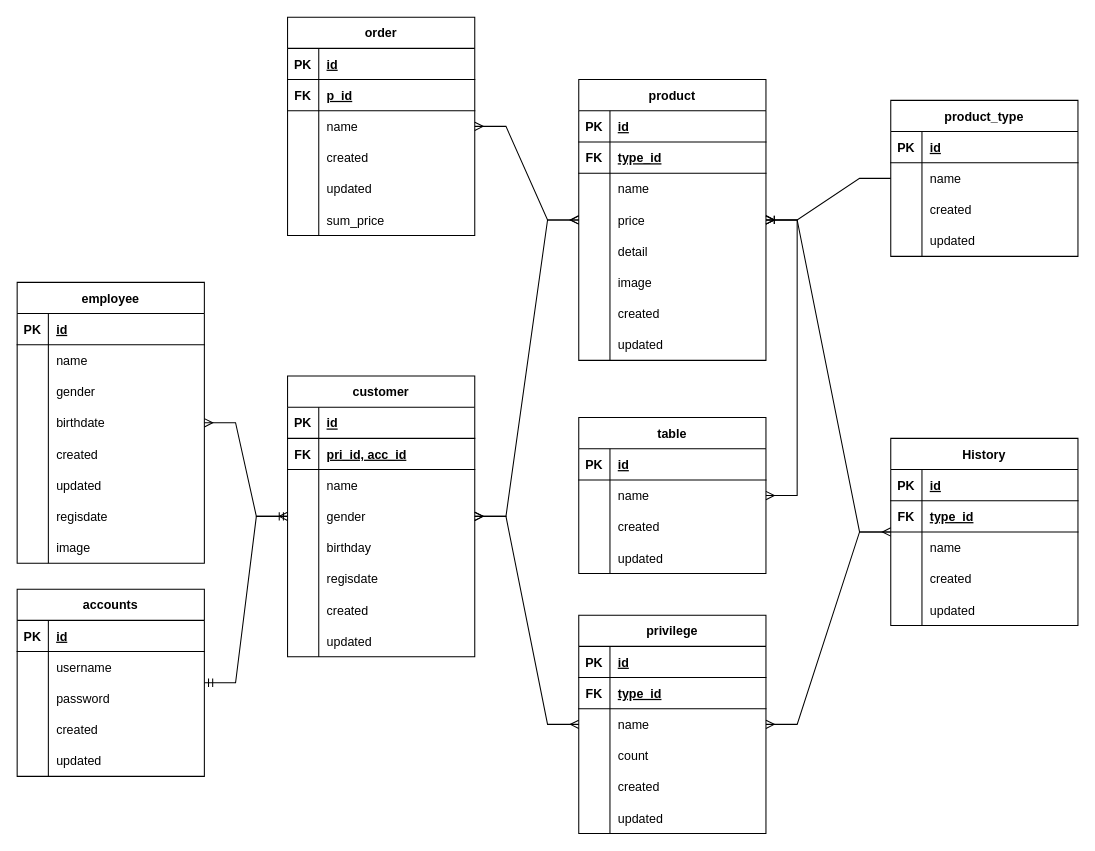
bomtawep/bom-order-nodejs keeps this draw.io diagram as src/Database-design.drawio. Above is the earlier version. Source tidied: cells renumbered, new cells numbered last; positions are measured from the earlier drawing's top-left corner, leaving out a move shared by most shapes. Both pictures are drawn from the tidied source at 104%, with x=0, y=0 at pixel (17, 17).
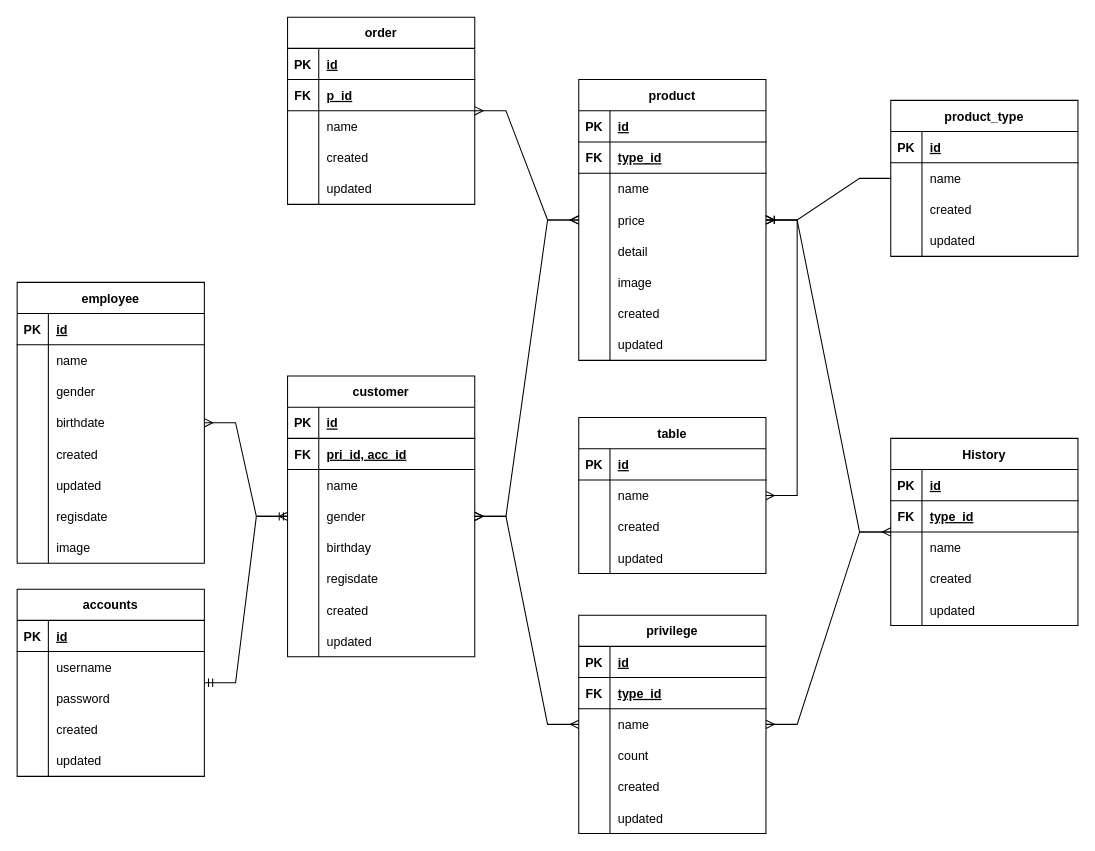
The same page after the edit.

Change to the diagram source:
```diff
@@
     <mxCell id="143" value="order" style="shape=table;startSize=30;childLayout=tableLayout;rowLines=0;fontStyle=1;align=center;" parent="1" vertex="1">
-      <mxGeometry x="260" width="180" height="210" as="geometry" />
+      <mxGeometry x="260" width="180" height="180" as="geometry" />
     </mxCell>
@@
-    <mxCell id="159" style="shape=tableRow;horizontal=0;startSize=0;swimlaneHead=0;swimlaneBody=0;fillColor=none;top=0;left=0;right=0;bottom=0;" parent="143" vertex="1">
-      <mxGeometry y="180" width="180" height="30" as="geometry" />
-    </mxCell>
-    <mxCell id="160" style="shape=partialRectangle;fillColor=none;top=0;left=0;bottom=0;right=0;overflow=hidden;" parent="159" vertex="1">
-      <mxGeometry width="30" height="30" as="geometry" />
-    </mxCell>
-    <mxCell id="161" value="sum_price" style="shape=partialRectangle;fillColor=none;top=0;left=0;bottom=0;right=0;align=left;spacingLeft=6;overflow=hidden;" parent="159" vertex="1">
-      <mxGeometry x="30" width="150" height="30" as="geometry" />
-    </mxCell>
```
